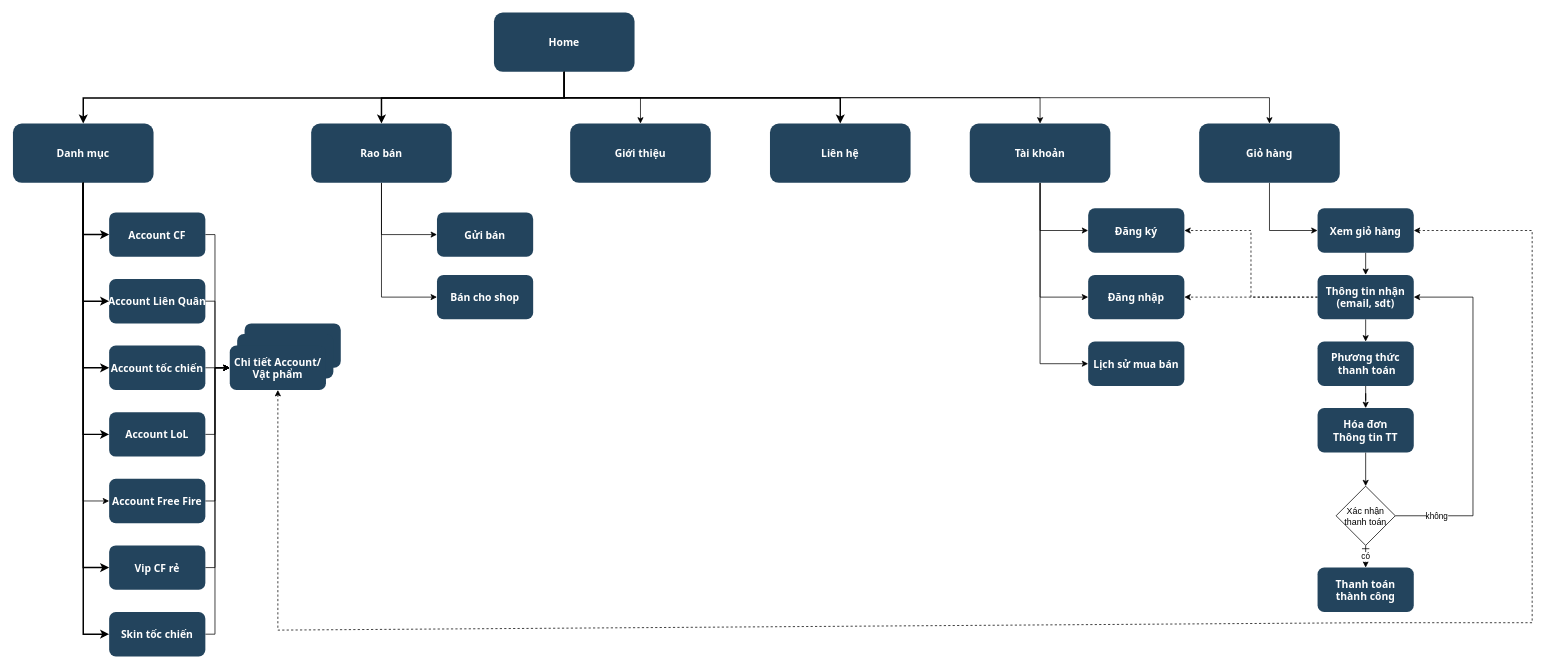
aaaahoang123/examjsf keeps this draw.io diagram as Untitled Diagram.drawio. Above is the earlier version. Source tidied: cells renumbered, new cells numbered last; positions are measured from the earlier drawing's top-left corner, leaving out a move shared by most shapes. Both pictures are drawn from the tidied source at 74%, with x=0, y=0 at pixel (13, 13).
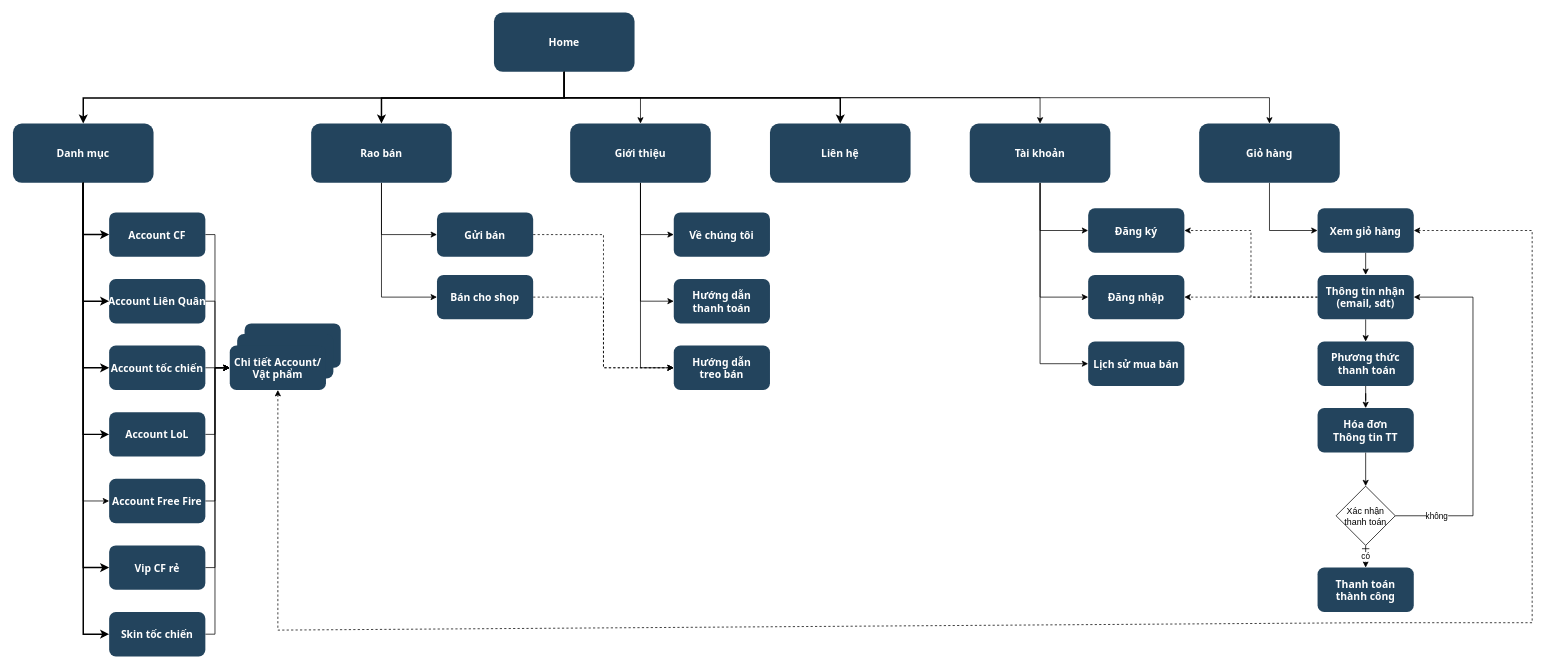
Above is the later version.

The change refers to these unchanged cells:
```xml
<mxCell id="8" value="Giới thiệu" style="rounded=1;fillColor=#23445D;gradientColor=none;strokeColor=none;fontColor=#FFFFFF;fontStyle=1;fontFamily=Tahoma;fontSize=14;" parent="1" vertex="1">
  <mxGeometry x="753" y="149.5" width="190" height="80" as="geometry" />
</mxCell>
<mxCell id="43" value="Gửi bán" style="rounded=1;fillColor=#23445D;gradientColor=none;strokeColor=none;fontColor=#FFFFFF;fontStyle=1;fontFamily=Tahoma;fontSize=14;" parent="1" vertex="1">
  <mxGeometry x="573" y="269.5" width="130" height="60" as="geometry" />
</mxCell>
<mxCell id="44" value="Bán cho shop" style="rounded=1;fillColor=#23445D;gradientColor=none;strokeColor=none;fontColor=#FFFFFF;fontStyle=1;fontFamily=Tahoma;fontSize=14;" parent="1" vertex="1">
  <mxGeometry x="573" y="354" width="130" height="60" as="geometry" />
</mxCell>
```

Change to the diagram source:
```diff
@@
+    <mxCell id="67" style="edgeStyle=orthogonalEdgeStyle;rounded=0;jettySize=auto;html=1;exitX=0.5;exitY=1;exitDx=0;exitDy=0;entryX=0;entryY=0.5;entryDx=0;entryDy=0;" parent="1" edge="1" source="8" target="72">
+      <mxGeometry relative="1" as="geometry">
+        <Array as="points">
+          <mxPoint x="848" y="300" />
+        </Array>
+      </mxGeometry>
+    </mxCell>
+    <mxCell id="68" style="edgeStyle=orthogonalEdgeStyle;rounded=0;jettySize=auto;html=1;exitX=0.5;exitY=1;exitDx=0;exitDy=0;entryX=0;entryY=0.5;entryDx=0;entryDy=0;" parent="1" edge="1" source="8" target="73">
+      <mxGeometry relative="1" as="geometry" />
+    </mxCell>
+    <mxCell id="69" style="edgeStyle=orthogonalEdgeStyle;rounded=0;jettySize=auto;html=1;exitX=0.5;exitY=1;exitDx=0;exitDy=0;entryX=0;entryY=0.5;entryDx=0;entryDy=0;" parent="1" edge="1" source="8" target="74">
+      <mxGeometry relative="1" as="geometry" />
+    </mxCell>
@@
+    <mxCell id="70" style="edgeStyle=orthogonalEdgeStyle;rounded=0;jettySize=auto;html=1;exitX=1;exitY=0.5;exitDx=0;exitDy=0;entryX=0;entryY=0.5;entryDx=0;entryDy=0;dashed=1;" parent="1" edge="1" source="43" target="74">
+      <mxGeometry relative="1" as="geometry" />
+    </mxCell>
@@
+    <mxCell id="71" style="edgeStyle=orthogonalEdgeStyle;rounded=0;jettySize=auto;html=1;exitX=1;exitY=0.5;exitDx=0;exitDy=0;entryX=0;entryY=0.5;entryDx=0;entryDy=0;dashed=1;" parent="1" edge="1" source="44" target="74">
+      <mxGeometry relative="1" as="geometry" />
+    </mxCell>
@@
+    <mxCell id="72" value="Về chúng tôi" style="rounded=1;fillColor=#23445D;gradientColor=none;strokeColor=none;fontColor=#FFFFFF;fontStyle=1;fontFamily=Tahoma;fontSize=14;" parent="1" vertex="1">
+      <mxGeometry x="893" y="269.5" width="130" height="60" as="geometry" />
+    </mxCell>
+    <mxCell id="73" value="Hướng dẫn&#10;thanh toán" style="rounded=1;fillColor=#23445D;gradientColor=none;strokeColor=none;fontColor=#FFFFFF;fontStyle=1;fontFamily=Tahoma;fontSize=14;" parent="1" vertex="1">
+      <mxGeometry x="893" y="359.5" width="130" height="60" as="geometry" />
+    </mxCell>
+    <mxCell id="74" value="Hướng dẫn&#10;treo bán" style="rounded=1;fillColor=#23445D;gradientColor=none;strokeColor=none;fontColor=#FFFFFF;fontStyle=1;fontFamily=Tahoma;fontSize=14;" parent="1" vertex="1">
+      <mxGeometry x="893" y="449.5" width="130" height="60" as="geometry" />
+    </mxCell>
```
